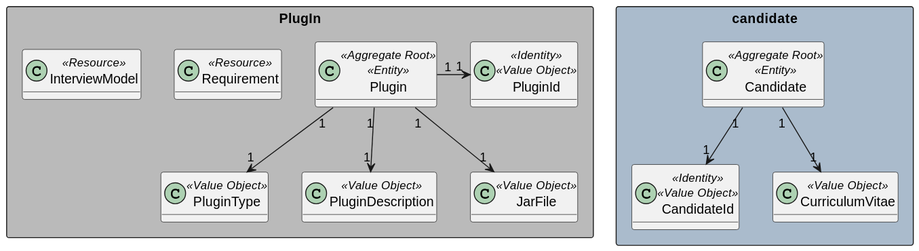
marcoferreira37/Lapr4 keeps this PlantUML diagram as docs/sprintC/1016/svg/1016-domain-model.svg. Above is the earlier version.
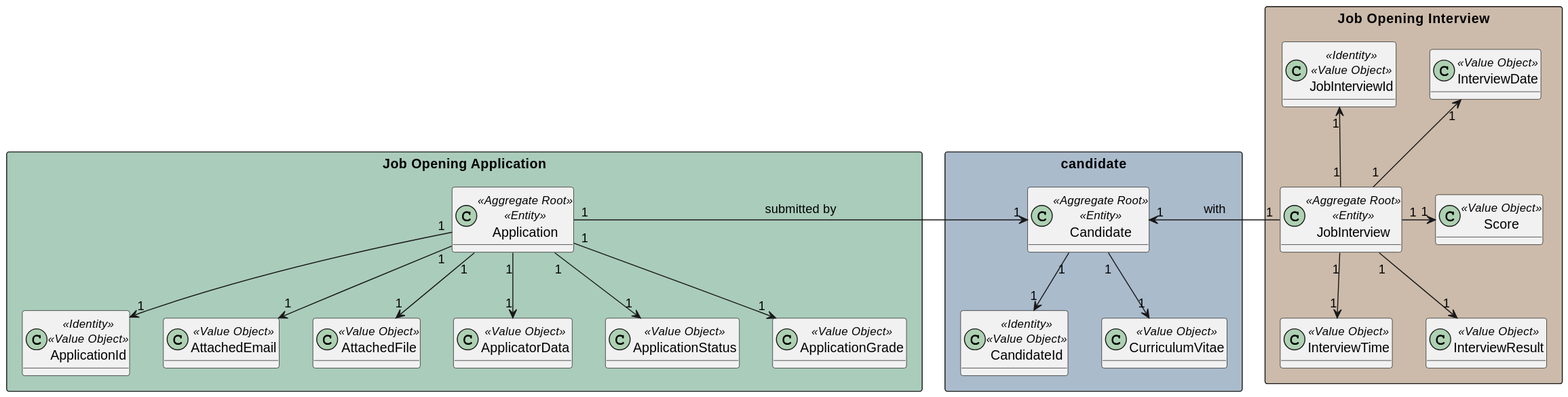
The same diagram one commit later.

Diff of the diagram source:
```diff
@@ -3,7 +3,15 @@
 hide methods
 
 
-
+rectangle "Job Opening Application" #aaccbb {
+    class Application<<Aggregate Root>><<Entity>>{}
+    class ApplicationId<<Identity>><<Value Object>>{}
+    class AttachedEmail<<Value Object>>{}
+    class AttachedFile<<Value Object>>{}
+    class ApplicatorData<<Value Object>>{}
+    class ApplicationStatus<<Value Object>>{}
+    class ApplicationGrade<<Value Object>>{}
+}
 
 
 rectangle candidate #aabbcc{
@@ -15,22 +23,15 @@
 
 
 
-rectangle "PlugIn" #bababa {
-    class Plugin <<Aggregate Root>><<Entity>>{}
-    class PluginType<<Value Object>>{}
-    class PluginId<<Identity>><<Value Object>>{}
-    class PluginDescription<<Value Object>>{}
-    class JarFile<<Value Object>>{}
-    class Requirement<<Resource>>{}
-    class InterviewModel<<Resource>>{}
-}
 
-Plugin "1" --> "1" PluginType
-Plugin "1" -right-> "1" PluginId
-Plugin "1" --> "1" PluginDescription
-Plugin "1" --> "1" JarFile
-
-
+  rectangle "Job Opening Interview" #ccbbaa {
+      class JobInterview <<Aggregate Root>><<Entity>>{}
+      class JobInterviewId<<Identity>><<Value Object>>{}
+      class InterviewDate<<Value Object>>{}
+      class InterviewTime<<Value Object>>{}
+      class Score<<Value Object>>{}
+      class InterviewResult<<Value Object>>{}
+  }
 
 
 
@@ -38,4 +39,21 @@
 
 Candidate "1"--> "1" CandidateId
 Candidate "1"--> "1" CurriculumVitae
+
+
+Application "1" --> "1" ApplicationId
+Application "1" --> "1" AttachedEmail
+Application "1" --> "1" AttachedFile
+Application "1" --> "1" ApplicatorData
+Application "1" -> "1" Candidate : submitted by
+Application "1" --> "1" ApplicationStatus
+Application "1" --> "1" ApplicationGrade
+
+JobInterview "1" -up-> "1" JobInterviewId
+JobInterview "1" -up-> "1" InterviewDate
+JobInterview "1" --> "1" InterviewTime
+JobInterview "1" -> "1" Score
+JobInterview "1" --> "1" InterviewResult
+
+JobInterview "1" -> "1" Candidate : with
 @enduml
```
